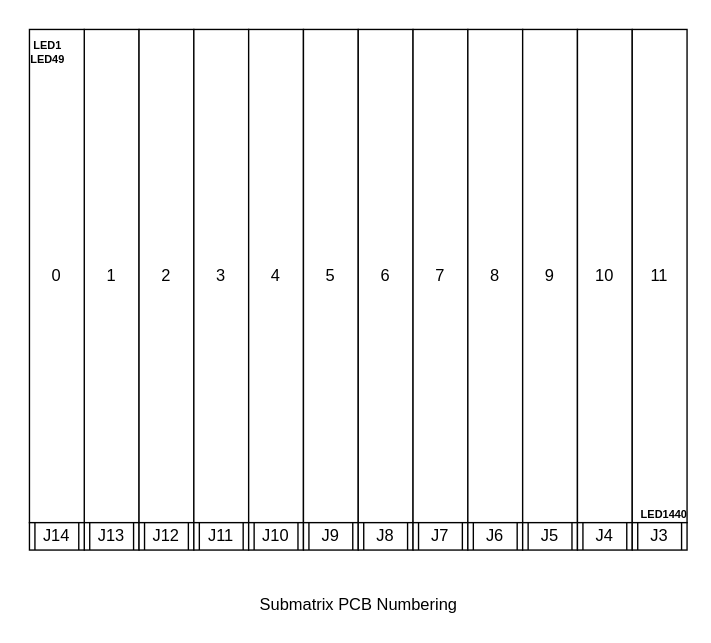
Above: page "Submatrix PCB numbering on Matrix" (1 of 3) of Pixel_Layout/LED_mapping.drawio in Voxel-3D-Display/EmbeddedSoftware (draw.io), before the change. Source tidied: cells renumbered, new cells numbered last; positions are measured from the earlier drawing's top-left corner, leaving out a move shared by most shapes. Both pictures are drawn from the tidied source at 137%, with x=0, y=0 at pixel (26, 29).
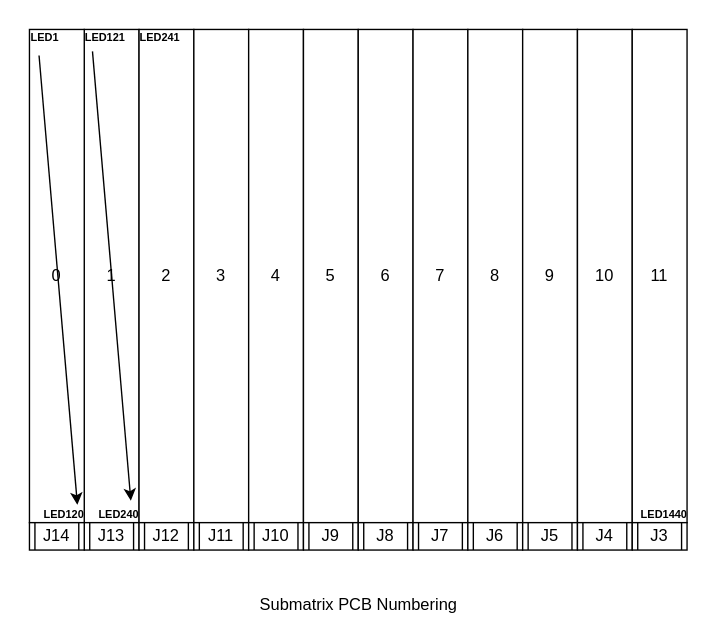
Above is the later version.

Change to the diagram source:
```diff
@@
     <mxCell id="27" value="&lt;font style=&quot;font-size: 8px;&quot;&gt;LED1&lt;/font&gt;" style="text;strokeColor=none;fillColor=none;html=1;fontSize=8;fontStyle=1;verticalAlign=middle;align=center;" parent="1" vertex="1">
-      <mxGeometry y="2" width="30" height="20" as="geometry" />
+      <mxGeometry x="-2" y="-4" width="30" height="20" as="geometry" />
     </mxCell>
@@
-    <mxCell id="29" value="&lt;font style=&quot;font-size: 8px&quot;&gt;LED49&lt;/font&gt;" style="text;strokeColor=none;fillColor=none;html=1;fontSize=8;fontStyle=1;verticalAlign=middle;align=center;" parent="1" vertex="1">
-      <mxGeometry y="12" width="30" height="20" as="geometry" />
-    </mxCell>
+    <mxCell id="30" value="&lt;font style=&quot;font-size: 8px&quot;&gt;LED121&lt;/font&gt;" style="text;strokeColor=none;fillColor=none;html=1;fontSize=8;fontStyle=1;verticalAlign=middle;align=center;" parent="1" vertex="1">
+      <mxGeometry x="42" y="-4" width="30" height="20" as="geometry" />
+    </mxCell>
+    <mxCell id="31" value="&lt;font style=&quot;font-size: 8px&quot;&gt;LED241&lt;/font&gt;" style="text;strokeColor=none;fillColor=none;html=1;fontSize=8;fontStyle=1;verticalAlign=middle;align=center;" parent="1" vertex="1">
+      <mxGeometry x="82" y="-4" width="30" height="20" as="geometry" />
+    </mxCell>
+    <mxCell id="32" value="&lt;font style=&quot;font-size: 8px&quot;&gt;LED120&lt;br&gt;&lt;/font&gt;" style="text;strokeColor=none;fillColor=none;html=1;fontSize=8;fontStyle=1;verticalAlign=middle;align=center;" parent="1" vertex="1">
+      <mxGeometry x="12" y="344" width="30" height="20" as="geometry" />
+    </mxCell>
+    <mxCell id="33" value="&lt;font style=&quot;font-size: 8px&quot;&gt;LED240&lt;/font&gt;" style="text;strokeColor=none;fillColor=none;html=1;fontSize=8;fontStyle=1;verticalAlign=middle;align=center;" parent="1" vertex="1">
+      <mxGeometry x="52" y="344" width="30" height="20" as="geometry" />
+    </mxCell>
+    <mxCell id="34" style="endArrow=classic;html=1;rounded=0;" parent="1" edge="1">
+      <mxGeometry relative="1" as="geometry">
+        <mxPoint x="9" y="19" as="sourcePoint" />
+        <mxPoint x="37" y="347" as="targetPoint" />
+      </mxGeometry>
+    </mxCell>
+    <mxCell id="35" style="endArrow=classic;html=1;rounded=0;" parent="1" edge="1">
+      <mxGeometry relative="1" as="geometry">
+        <mxPoint x="48" y="16" as="sourcePoint" />
+        <mxPoint x="76" y="344" as="targetPoint" />
+      </mxGeometry>
+    </mxCell>
```
